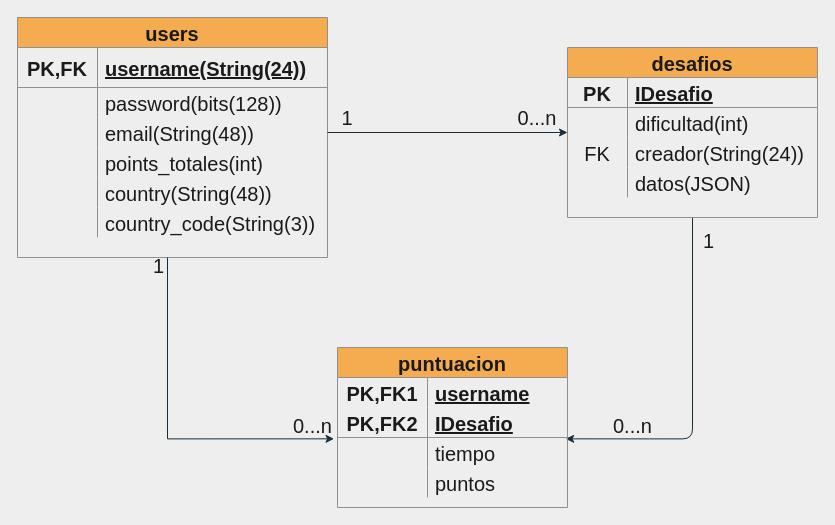
This is docs/EstructuraDeDatos.drawio from jjg99/ProyectoFinalPAT, a draw.io file, before an edit. Source tidied: cells renumbered, new cells numbered last; positions are measured from the earlier drawing's top-left corner, leaving out a move shared by most shapes. Both pictures are drawn from the tidied source at 100%, with x=0, y=0 at pixel (17, 17).
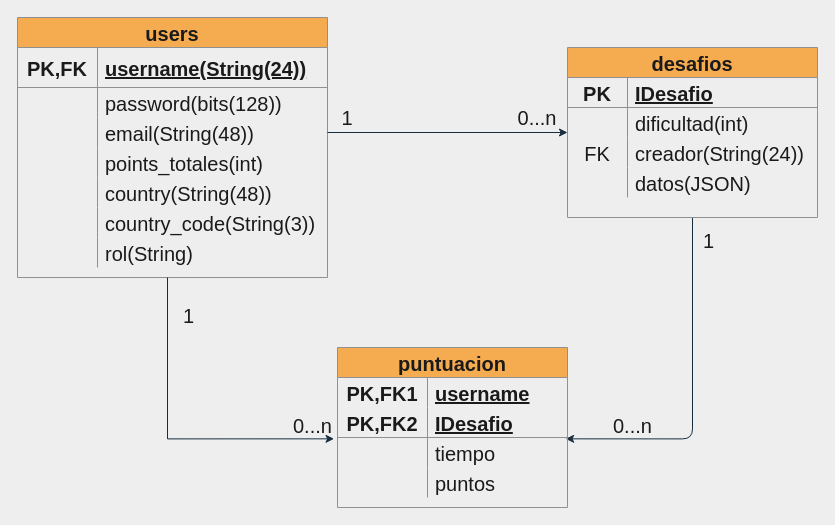
The same diagram, later.

Commit message (it also covers changes not shown here):
Update base de datos

What changed in the source:
```diff
@@
     <mxCell id="2" value="users" style="shape=table;startSize=30;childLayout=tableLayout;rowLines=0;fontStyle=1;align=center;fillColor=#F5AB50;strokeColor=#909090;fontColor=#1A1A1A;fontSize=20;" parent="1" vertex="1">
-      <mxGeometry width="310" height="240" as="geometry" />
+      <mxGeometry width="310" height="260" as="geometry" />
     </mxCell>
@@
+    <mxCell id="56" style="shape=partialRectangle;fillColor=none;top=0;left=0;bottom=0;right=0;strokeColor=#909090;fontColor=#1A1A1A;fontSize=20;" parent="2" vertex="1">
+      <mxGeometry y="220" width="310" height="30" as="geometry" />
+    </mxCell>
+    <mxCell id="57" style="shape=partialRectangle;fillColor=none;top=0;left=0;bottom=0;right=0;overflow=hidden;strokeColor=#909090;fontColor=#1A1A1A;fontSize=20;" parent="56" vertex="1">
+      <mxGeometry width="80" height="30" as="geometry" />
+    </mxCell>
+    <mxCell id="58" value="rol(String)" style="shape=partialRectangle;fillColor=none;top=0;left=0;bottom=0;right=0;align=left;spacingLeft=6;overflow=hidden;strokeColor=#909090;fontColor=#1A1A1A;fontSize=20;" parent="56" vertex="1">
+      <mxGeometry x="80" width="230" height="30" as="geometry" />
+    </mxCell>
@@
     <mxCell id="52" value="1" style="text;strokeColor=none;fillColor=none;spacingLeft=4;spacingRight=4;overflow=hidden;fontSize=20;fontColor=#1A1A1A;" parent="1" vertex="1">
-      <mxGeometry x="130" y="230" width="40" height="30" as="geometry" />
+      <mxGeometry x="160" y="280" width="40" height="30" as="geometry" />
     </mxCell>
```
